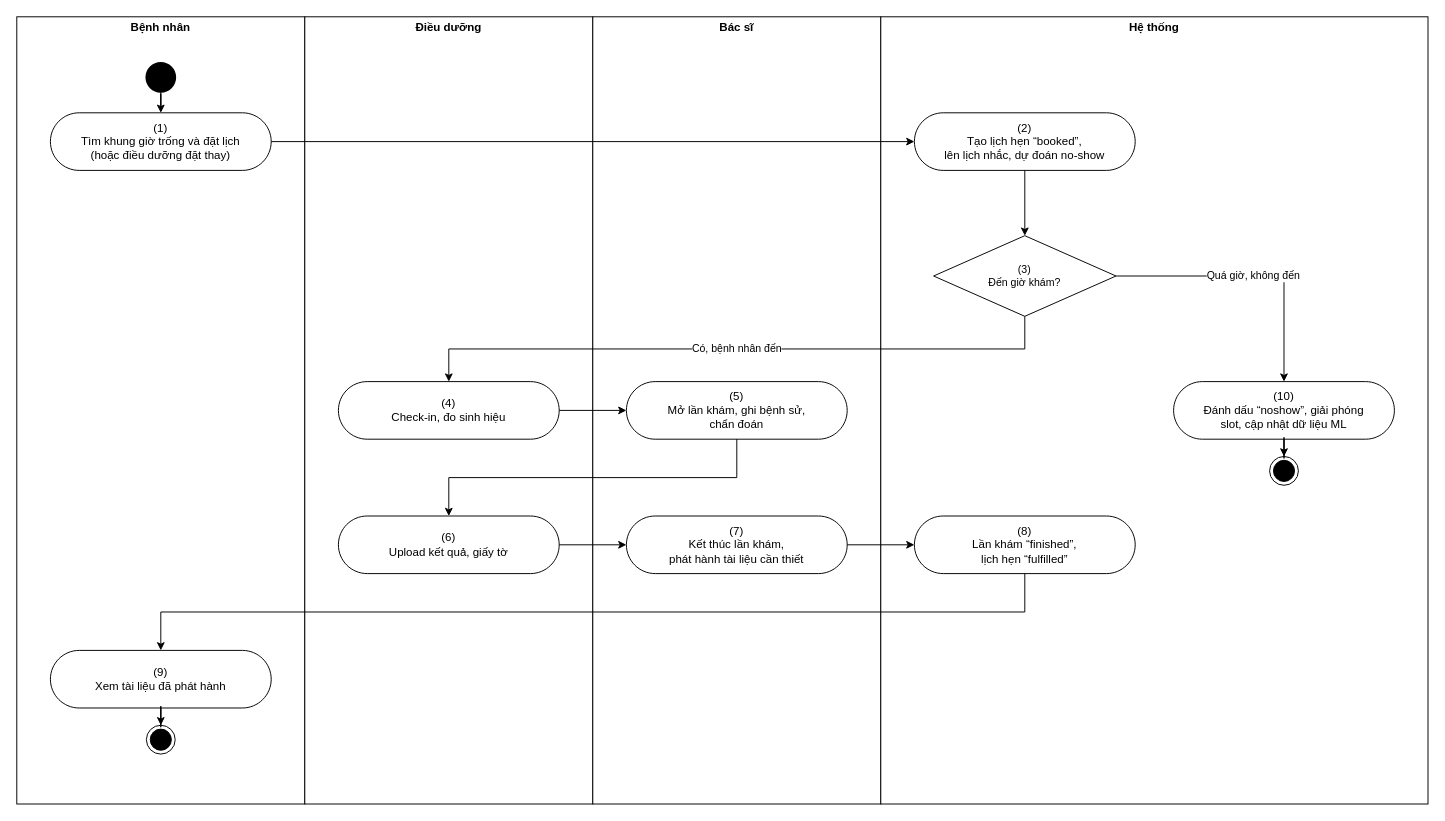
Above: page "Outpatient visit process" (1 of 3) of docs/02-requirements/srs/dist/diagrams/02-workflows.drawio in viethung12062005/smart-hospital-platform (draw.io), before the change. Source tidied: cells renumbered, new cells numbered last; positions are measured from the earlier drawing's top-left corner, leaving out a move shared by most shapes. Both pictures are drawn from the tidied source at 96%, with x=0, y=0 at pixel (16, 16).
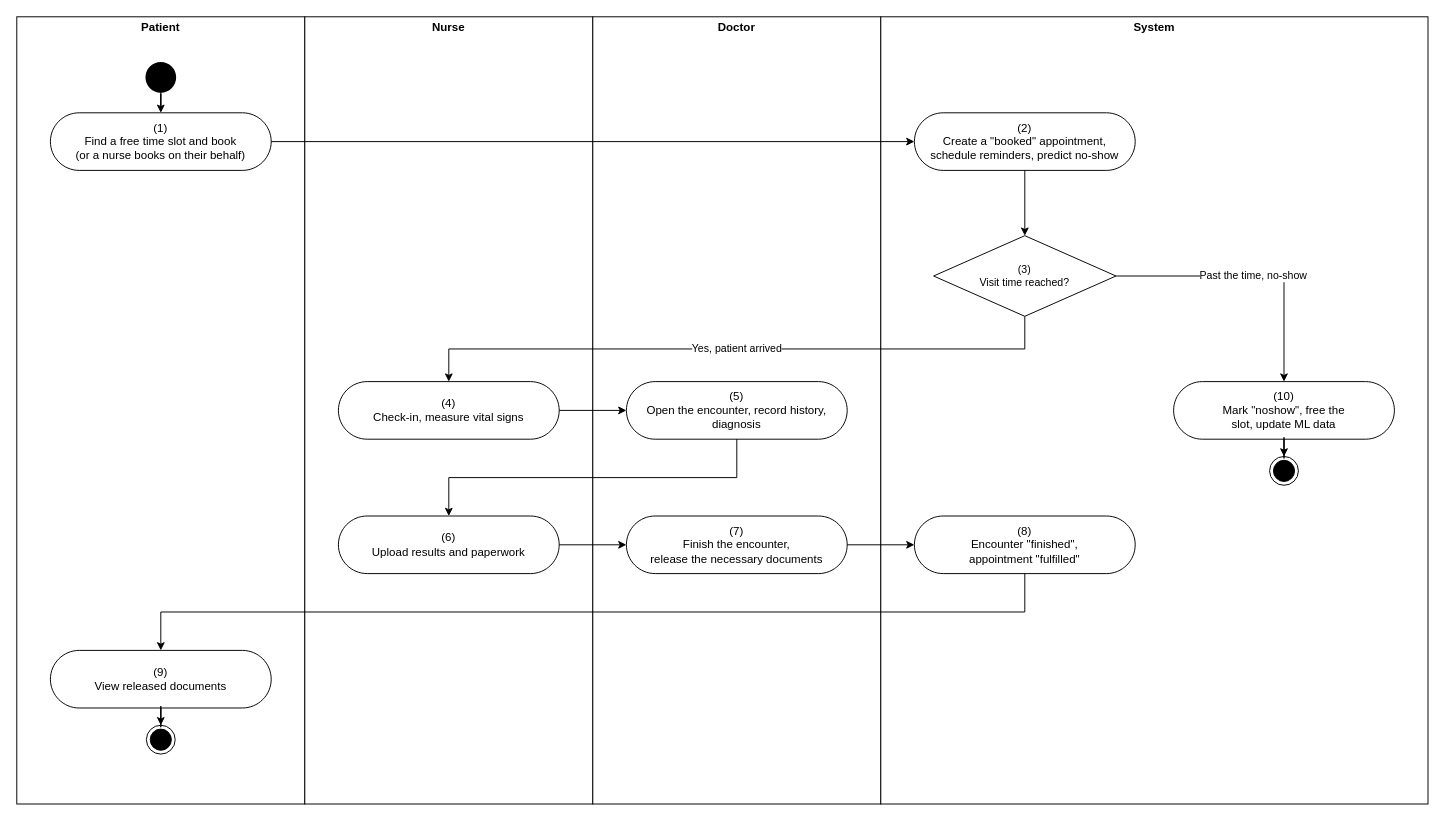
The same diagram, later.

What changed in the source:
```diff
@@
-    <mxCell id="2" value="&lt;p style=&quot;margin:0px;margin-top:4px;text-align:center&quot;&gt;&lt;b&gt;Bệnh nhân&lt;/b&gt;&lt;/p&gt;" style="verticalAlign=top;align=left;overflow=fill;fontSize=12;fontFamily=Helvetica;html=1;rounded=0;shadow=0;strokeColor=#000000;gradientColor=none;whiteSpace=wrap;" parent="1" vertex="1">
+    <mxCell id="2" value="&lt;p style=&quot;margin:0px;margin-top:4px;text-align:center&quot;&gt;&lt;b&gt;Patient&lt;/b&gt;&lt;/p&gt;" style="verticalAlign=top;align=left;overflow=fill;fontSize=12;fontFamily=Helvetica;html=1;rounded=0;shadow=0;strokeColor=#000000;gradientColor=none;whiteSpace=wrap;" parent="1" vertex="1">
       <mxGeometry width="300" height="820" as="geometry" />
     </mxCell>
-    <mxCell id="3" value="&lt;p style=&quot;margin:0px;margin-top:4px;text-align:center&quot;&gt;&lt;b&gt;Điều dưỡng&lt;/b&gt;&lt;/p&gt;" style="verticalAlign=top;align=left;overflow=fill;fontSize=12;fontFamily=Helvetica;html=1;rounded=0;shadow=0;strokeColor=#000000;gradientColor=none;whiteSpace=wrap;" parent="1" vertex="1">
+    <mxCell id="3" value="&lt;p style=&quot;margin:0px;margin-top:4px;text-align:center&quot;&gt;&lt;b&gt;Nurse&lt;/b&gt;&lt;/p&gt;" style="verticalAlign=top;align=left;overflow=fill;fontSize=12;fontFamily=Helvetica;html=1;rounded=0;shadow=0;strokeColor=#000000;gradientColor=none;whiteSpace=wrap;" parent="1" vertex="1">
       <mxGeometry x="300" width="300" height="820" as="geometry" />
     </mxCell>
-    <mxCell id="4" value="&lt;p style=&quot;margin:0px;margin-top:4px;text-align:center&quot;&gt;&lt;b&gt;Bác sĩ&lt;/b&gt;&lt;/p&gt;" style="verticalAlign=top;align=left;overflow=fill;fontSize=12;fontFamily=Helvetica;html=1;rounded=0;shadow=0;strokeColor=#000000;gradientColor=none;whiteSpace=wrap;" parent="1" vertex="1">
+    <mxCell id="4" value="&lt;p style=&quot;margin:0px;margin-top:4px;text-align:center&quot;&gt;&lt;b&gt;Doctor&lt;/b&gt;&lt;/p&gt;" style="verticalAlign=top;align=left;overflow=fill;fontSize=12;fontFamily=Helvetica;html=1;rounded=0;shadow=0;strokeColor=#000000;gradientColor=none;whiteSpace=wrap;" parent="1" vertex="1">
       <mxGeometry x="600" width="300" height="820" as="geometry" />
     </mxCell>
-    <mxCell id="5" value="&lt;p style=&quot;margin:0px;margin-top:4px;text-align:center&quot;&gt;&lt;b&gt;Hệ thống&lt;/b&gt;&lt;/p&gt;" style="verticalAlign=top;align=left;overflow=fill;fontSize=12;fontFamily=Helvetica;html=1;rounded=0;shadow=0;strokeColor=#000000;gradientColor=none;whiteSpace=wrap;" parent="1" vertex="1">
+    <mxCell id="5" value="&lt;p style=&quot;margin:0px;margin-top:4px;text-align:center&quot;&gt;&lt;b&gt;System&lt;/b&gt;&lt;/p&gt;" style="verticalAlign=top;align=left;overflow=fill;fontSize=12;fontFamily=Helvetica;html=1;rounded=0;shadow=0;strokeColor=#000000;gradientColor=none;whiteSpace=wrap;" parent="1" vertex="1">
       <mxGeometry x="900" width="570" height="820" as="geometry" />
     </mxCell>
-    <mxCell id="6" value="(1)&lt;br&gt;Tìm khung giờ trống và đặt lịch&lt;br&gt;(hoặc điều dưỡng đặt thay)" style="html=1;dashed=0;whitespace=wrap;shape=mxgraph.dfd.start;rounded=0;shadow=0;strokeColor=#000000;gradientColor=none;whiteSpace=wrap;fontSize=12;" parent="1" vertex="1">
+    <mxCell id="6" value="(1)&lt;br&gt;Find a free time slot and book&lt;br&gt;(or a nurse books on their behalf)" style="html=1;dashed=0;whitespace=wrap;shape=mxgraph.dfd.start;rounded=0;shadow=0;strokeColor=#000000;gradientColor=none;whiteSpace=wrap;fontSize=12;" parent="1" vertex="1">
       <mxGeometry x="35" y="100" width="230" height="60" as="geometry" />
     </mxCell>
-    <mxCell id="7" value="(2)&lt;br&gt;Tạo lịch hẹn “booked”,&lt;br&gt;lên lịch nhắc, dự đoán no-show" style="html=1;dashed=0;whitespace=wrap;shape=mxgraph.dfd.start;rounded=0;shadow=0;strokeColor=#000000;gradientColor=none;whiteSpace=wrap;fontSize=12;" parent="1" vertex="1">
+    <mxCell id="7" value="(2)&lt;br&gt;Create a &amp;quot;booked&amp;quot; appointment,&lt;br&gt;schedule reminders, predict no-show" style="html=1;dashed=0;whitespace=wrap;shape=mxgraph.dfd.start;rounded=0;shadow=0;strokeColor=#000000;gradientColor=none;whiteSpace=wrap;fontSize=12;" parent="1" vertex="1">
       <mxGeometry x="935" y="100" width="230" height="60" as="geometry" />
     </mxCell>
-    <mxCell id="8" value="(3)&lt;br&gt;Đến giờ khám?" style="rhombus;html=1;whiteSpace=wrap;strokeColor=#000000;fontSize=11;" parent="1" vertex="1">
+    <mxCell id="8" value="(3)&lt;br&gt;Visit time reached?" style="rhombus;html=1;whiteSpace=wrap;strokeColor=#000000;fontSize=11;" parent="1" vertex="1">
       <mxGeometry x="955" y="228" width="190" height="84" as="geometry" />
     </mxCell>
-    <mxCell id="9" value="(4)&lt;br&gt;Check-in, đo sinh hiệu" style="html=1;dashed=0;whitespace=wrap;shape=mxgraph.dfd.start;rounded=0;shadow=0;strokeColor=#000000;gradientColor=none;whiteSpace=wrap;fontSize=12;" parent="1" vertex="1">
+    <mxCell id="9" value="(4)&lt;br&gt;Check-in, measure vital signs" style="html=1;dashed=0;whitespace=wrap;shape=mxgraph.dfd.start;rounded=0;shadow=0;strokeColor=#000000;gradientColor=none;whiteSpace=wrap;fontSize=12;" parent="1" vertex="1">
       <mxGeometry x="335" y="380" width="230" height="60" as="geometry" />
     </mxCell>
-    <mxCell id="10" value="(5)&lt;br&gt;Mở lần khám, ghi bệnh sử,&lt;br&gt;chẩn đoán" style="html=1;dashed=0;whitespace=wrap;shape=mxgraph.dfd.start;rounded=0;shadow=0;strokeColor=#000000;gradientColor=none;whiteSpace=wrap;fontSize=12;" parent="1" vertex="1">
+    <mxCell id="10" value="(5)&lt;br&gt;Open the encounter, record history,&lt;br&gt;diagnosis" style="html=1;dashed=0;whitespace=wrap;shape=mxgraph.dfd.start;rounded=0;shadow=0;strokeColor=#000000;gradientColor=none;whiteSpace=wrap;fontSize=12;" parent="1" vertex="1">
       <mxGeometry x="635" y="380" width="230" height="60" as="geometry" />
     </mxCell>
-    <mxCell id="11" value="(6)&lt;br&gt;Upload kết quả, giấy tờ" style="html=1;dashed=0;whitespace=wrap;shape=mxgraph.dfd.start;rounded=0;shadow=0;strokeColor=#000000;gradientColor=none;whiteSpace=wrap;fontSize=12;" parent="1" vertex="1">
+    <mxCell id="11" value="(6)&lt;br&gt;Upload results and paperwork" style="html=1;dashed=0;whitespace=wrap;shape=mxgraph.dfd.start;rounded=0;shadow=0;strokeColor=#000000;gradientColor=none;whiteSpace=wrap;fontSize=12;" parent="1" vertex="1">
       <mxGeometry x="335" y="520" width="230" height="60" as="geometry" />
     </mxCell>
-    <mxCell id="12" value="(7)&lt;br&gt;Kết thúc lần khám,&lt;br&gt;phát hành tài liệu cần thiết" style="html=1;dashed=0;whitespace=wrap;shape=mxgraph.dfd.start;rounded=0;shadow=0;strokeColor=#000000;gradientColor=none;whiteSpace=wrap;fontSize=12;" parent="1" vertex="1">
+    <mxCell id="12" value="(7)&lt;br&gt;Finish the encounter,&lt;br&gt;release the necessary documents" style="html=1;dashed=0;whitespace=wrap;shape=mxgraph.dfd.start;rounded=0;shadow=0;strokeColor=#000000;gradientColor=none;whiteSpace=wrap;fontSize=12;" parent="1" vertex="1">
       <mxGeometry x="635" y="520" width="230" height="60" as="geometry" />
     </mxCell>
-    <mxCell id="13" value="(8)&lt;br&gt;Lần khám “finished”,&lt;br&gt;lịch hẹn “fulfilled”" style="html=1;dashed=0;whitespace=wrap;shape=mxgraph.dfd.start;rounded=0;shadow=0;strokeColor=#000000;gradientColor=none;whiteSpace=wrap;fontSize=12;" parent="1" vertex="1">
+    <mxCell id="13" value="(8)&lt;br&gt;Encounter &amp;quot;finished&amp;quot;,&lt;br&gt;appointment &amp;quot;fulfilled&amp;quot;" style="html=1;dashed=0;whitespace=wrap;shape=mxgraph.dfd.start;rounded=0;shadow=0;strokeColor=#000000;gradientColor=none;whiteSpace=wrap;fontSize=12;" parent="1" vertex="1">
       <mxGeometry x="935" y="520" width="230" height="60" as="geometry" />
     </mxCell>
-    <mxCell id="14" value="(9)&lt;br&gt;Xem tài liệu đã phát hành" style="html=1;dashed=0;whitespace=wrap;shape=mxgraph.dfd.start;rounded=0;shadow=0;strokeColor=#000000;gradientColor=none;whiteSpace=wrap;fontSize=12;" parent="1" vertex="1">
+    <mxCell id="14" value="(9)&lt;br&gt;View released documents" style="html=1;dashed=0;whitespace=wrap;shape=mxgraph.dfd.start;rounded=0;shadow=0;strokeColor=#000000;gradientColor=none;whiteSpace=wrap;fontSize=12;" parent="1" vertex="1">
       <mxGeometry x="35" y="660" width="230" height="60" as="geometry" />
     </mxCell>
-    <mxCell id="15" value="(10)&lt;br&gt;Đánh dấu “noshow”, giải phóng&lt;br&gt;slot, cập nhật dữ liệu ML" style="html=1;dashed=0;whitespace=wrap;shape=mxgraph.dfd.start;rounded=0;shadow=0;strokeColor=#000000;gradientColor=none;whiteSpace=wrap;fontSize=12;" parent="1" vertex="1">
+    <mxCell id="15" value="(10)&lt;br&gt;Mark &amp;quot;noshow&amp;quot;, free the&lt;br&gt;slot, update ML data" style="html=1;dashed=0;whitespace=wrap;shape=mxgraph.dfd.start;rounded=0;shadow=0;strokeColor=#000000;gradientColor=none;whiteSpace=wrap;fontSize=12;" parent="1" vertex="1">
       <mxGeometry x="1205" y="380" width="230" height="60" as="geometry" />
     </mxCell>
@@
-    <mxCell id="20" value="Có, bệnh nhân đến" style="edgeStyle=orthogonalEdgeStyle;rounded=0;jettySize=auto;html=1;exitX=0.5;exitY=1;exitDx=0;exitDy=0;entryX=0.5;entryY=0;entryDx=0;entryDy=0;" parent="1" edge="1" source="8" target="9">
+    <mxCell id="20" value="Yes, patient arrived" style="edgeStyle=orthogonalEdgeStyle;rounded=0;jettySize=auto;html=1;exitX=0.5;exitY=1;exitDx=0;exitDy=0;entryX=0.5;entryY=0;entryDx=0;entryDy=0;" parent="1" edge="1" source="8" target="9">
       <mxGeometry relative="1" as="geometry" />
     </mxCell>
-    <mxCell id="21" value="Quá giờ, không đến" style="edgeStyle=orthogonalEdgeStyle;rounded=0;jettySize=auto;html=1;exitX=1;exitY=0.5;exitDx=0;exitDy=0;entryX=0.5;entryY=0;entryDx=0;entryDy=0;" parent="1" edge="1" source="8" target="15">
+    <mxCell id="21" value="Past the time, no-show" style="edgeStyle=orthogonalEdgeStyle;rounded=0;jettySize=auto;html=1;exitX=1;exitY=0.5;exitDx=0;exitDy=0;entryX=0.5;entryY=0;entryDx=0;entryDy=0;" parent="1" edge="1" source="8" target="15">
       <mxGeometry relative="1" as="geometry" />
     </mxCell>
```
